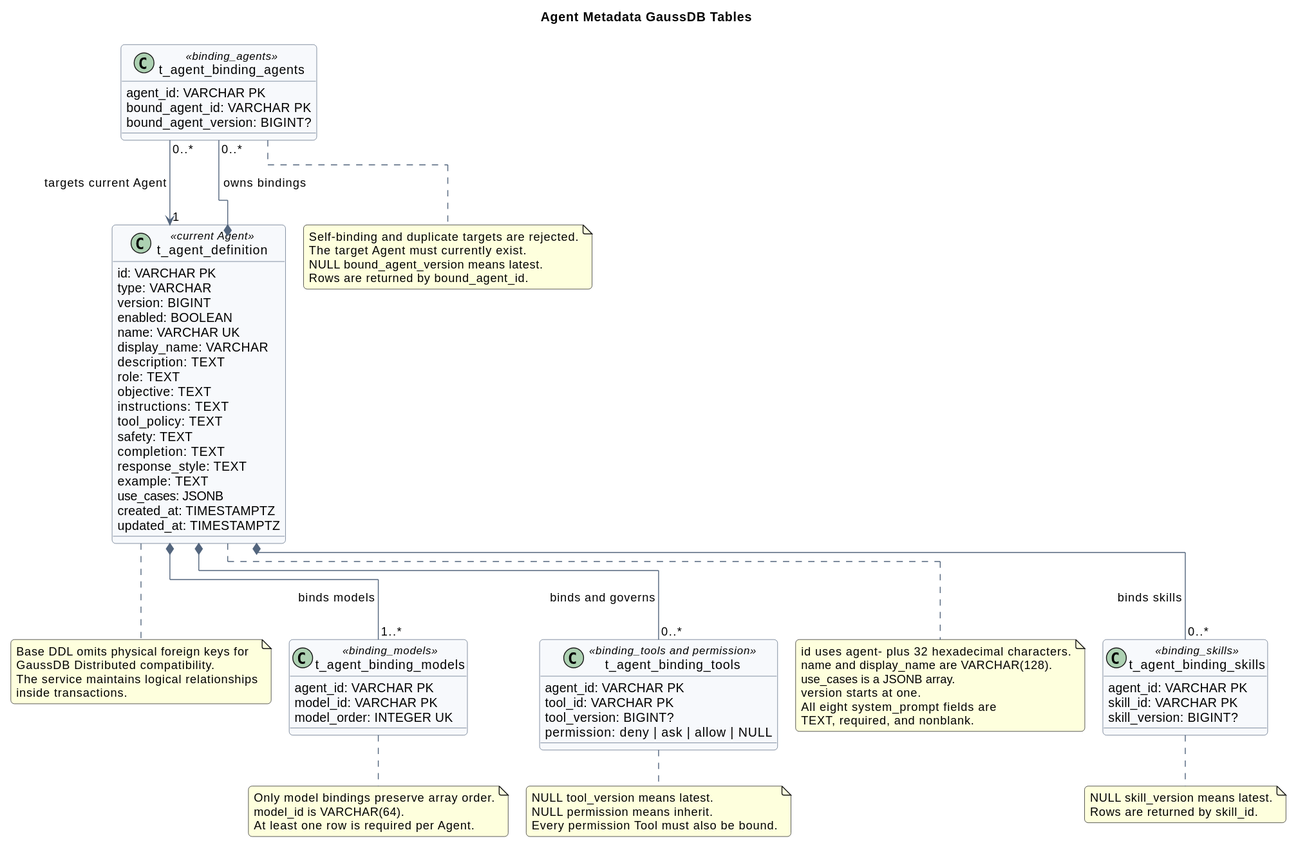
superheromeZzh/pi-mono-java-design keeps this PlantUML diagram as agent-metadata-gaussdb-design/agent_metadata_gaussdb_model.svg. Above is the earlier version.
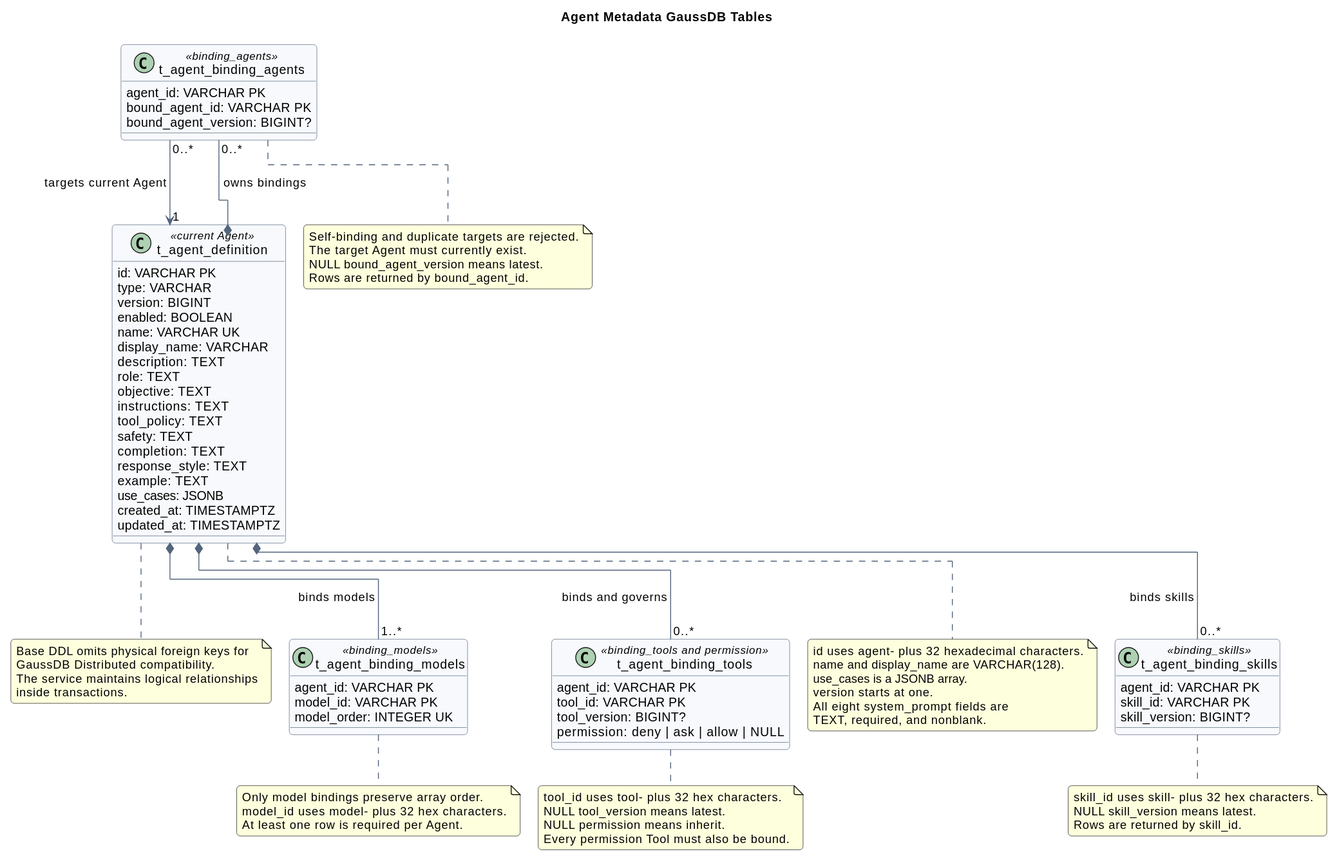
Later version of the same file.

Commit message:
docs(agent): align design with three APIs

Diff of the diagram source:
```diff
@@ -77,17 +77,19 @@
 
 note right of t_agent_binding_models
 Only model bindings preserve array order.
-model_id is VARCHAR(64).
+model_id uses model- plus 32 hex characters.
 At least one row is required per Agent.
 end note
 
 note bottom of t_agent_binding_tools
+tool_id uses tool- plus 32 hex characters.
 NULL tool_version means latest.
 NULL permission means inherit.
 Every permission Tool must also be bound.
 end note
 
 note bottom of t_agent_binding_skills
+skill_id uses skill- plus 32 hex characters.
 NULL skill_version means latest.
 Rows are returned by skill_id.
 end note
```
